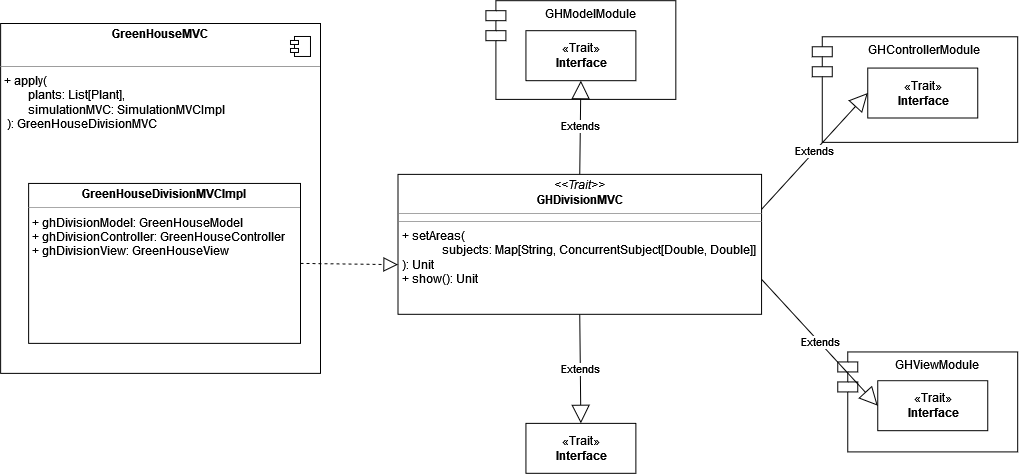
Above: docs/img/greenhouseDivisionMVC.png in AnnaVitali/PPS-22-smartgh (draw.io), before the change. Source tidied: cells renumbered, new cells last; positions are measured from the earlier drawing's top-left corner, leaving out a move shared by most shapes.
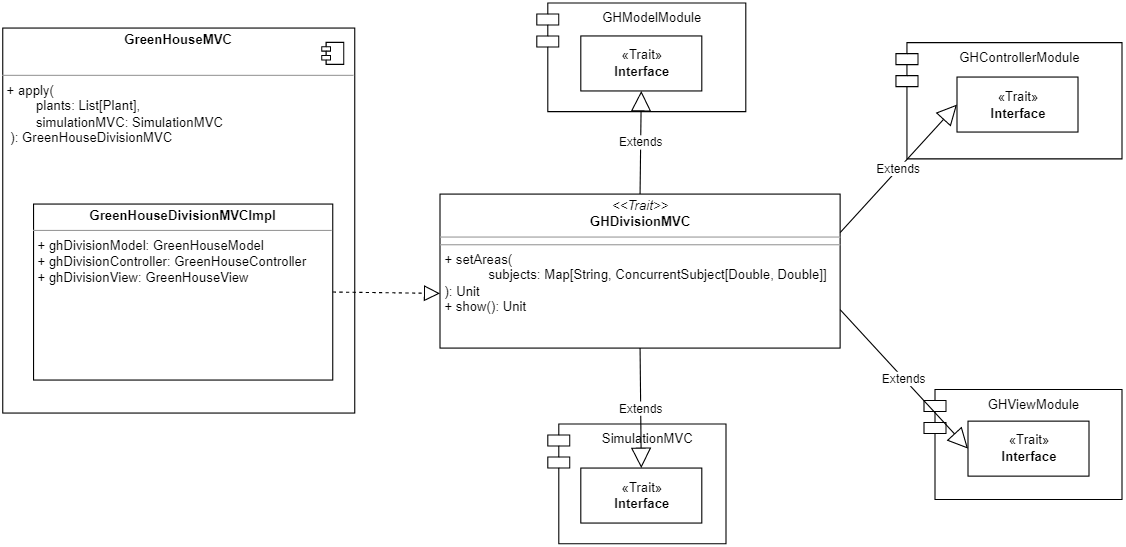
The same diagram one commit later.

What changed in the source:
```diff
@@ -2,7 +2,7 @@
   <root>
     <mxCell id="0" />
     <mxCell id="1" parent="0" />
-    <mxCell id="2" value="&lt;p style=&quot;margin:0px;margin-top:4px;text-align:center;&quot;&gt;&lt;b&gt;GreenHouseMVC&lt;/b&gt;&lt;br&gt;&lt;/p&gt;&lt;p style=&quot;margin:0px;margin-top:4px;text-align:center;&quot;&gt;&lt;b&gt;&lt;br&gt;&lt;/b&gt;&lt;/p&gt;&lt;hr size=&quot;1&quot;&gt;&lt;p style=&quot;margin:0px;margin-left:4px;&quot;&gt;+ apply(&lt;/p&gt;&lt;p style=&quot;margin:0px;margin-left:4px;&quot;&gt;&lt;span style=&quot;white-space: pre;&quot;&gt;&#9;&lt;/span&gt;plants: List[Plant],&lt;/p&gt;&lt;p style=&quot;margin:0px;margin-left:4px;&quot;&gt;&lt;span style=&quot;white-space: pre;&quot;&gt;&#9;&lt;/span&gt;simulationMVC: SimulationMVCImpl&lt;br&gt;&lt;/p&gt;&lt;p style=&quot;margin:0px;margin-left:4px;&quot;&gt;&amp;nbsp;): GreenHouseDivisionMVC&lt;br&gt;&lt;br&gt;&lt;/p&gt;" style="verticalAlign=top;align=left;overflow=fill;fontSize=12;fontFamily=Helvetica;html=1;fillColor=default;" parent="1" vertex="1">
+    <mxCell id="2" value="&lt;p style=&quot;margin:0px;margin-top:4px;text-align:center;&quot;&gt;&lt;b&gt;GreenHouseMVC&lt;/b&gt;&lt;br&gt;&lt;/p&gt;&lt;p style=&quot;margin:0px;margin-top:4px;text-align:center;&quot;&gt;&lt;b&gt;&lt;br&gt;&lt;/b&gt;&lt;/p&gt;&lt;hr size=&quot;1&quot;&gt;&lt;p style=&quot;margin:0px;margin-left:4px;&quot;&gt;+ apply(&lt;/p&gt;&lt;p style=&quot;margin:0px;margin-left:4px;&quot;&gt;&lt;span style=&quot;white-space: pre;&quot;&gt;&#9;&lt;/span&gt;plants: List[Plant],&lt;/p&gt;&lt;p style=&quot;margin:0px;margin-left:4px;&quot;&gt;&lt;span style=&quot;white-space: pre;&quot;&gt;&#9;&lt;/span&gt;simulationMVC: SimulationMVC&lt;br&gt;&lt;/p&gt;&lt;p style=&quot;margin:0px;margin-left:4px;&quot;&gt;&amp;nbsp;): GreenHouseDivisionMVC&lt;br&gt;&lt;br&gt;&lt;/p&gt;" style="verticalAlign=top;align=left;overflow=fill;fontSize=12;fontFamily=Helvetica;html=1;fillColor=default;" parent="1" vertex="1">
       <mxGeometry y="23" width="320" height="350" as="geometry" />
     </mxCell>
     <mxCell id="3" value="&lt;p style=&quot;margin:0px;margin-top:4px;text-align:center;&quot;&gt;&lt;b&gt;GreenHouseDivisionMVCImpl&lt;/b&gt;&lt;br&gt;&lt;/p&gt;&lt;hr size=&quot;1&quot;&gt;&lt;p style=&quot;margin:0px;margin-left:4px;&quot;&gt;+ ghDivisionModel: GreenHouseModel&lt;/p&gt;&lt;p style=&quot;margin:0px;margin-left:4px;&quot;&gt;+ ghDivisionController: GreenHouseController&lt;/p&gt;&lt;p style=&quot;margin:0px;margin-left:4px;&quot;&gt;+ ghDivisionView: GreenHouseView&lt;br&gt;&lt;/p&gt;" style="verticalAlign=top;align=left;overflow=fill;fontSize=12;fontFamily=Helvetica;html=1;fillColor=default;" parent="1" vertex="1">
@@ -17,38 +17,41 @@
     <mxCell id="6" value="GHControllerModule" style="shape=module;align=left;spacingLeft=20;align=center;verticalAlign=top;fillColor=none;" parent="1" vertex="1">
       <mxGeometry x="812" y="36.3" width="205.5" height="105.6" as="geometry" />
     </mxCell>
-    <mxCell id="7" value="GHViewModule" style="shape=module;align=left;spacingLeft=20;align=center;verticalAlign=top;fillColor=none;" parent="1" vertex="1">
-      <mxGeometry x="837.5" y="351.6" width="180" height="100" as="geometry" />
+    <mxCell id="7" value="SimulationMVC" style="shape=module;align=left;spacingLeft=20;align=center;verticalAlign=top;fillColor=none;" parent="1" vertex="1">
+      <mxGeometry x="495.5" y="383" width="162" height="108.8" as="geometry" />
     </mxCell>
-    <mxCell id="8" value="GHModelModule" style="shape=module;align=left;spacingLeft=20;align=center;verticalAlign=top;fillColor=none;" parent="1" vertex="1">
-      <mxGeometry x="485.5" y="0.2" width="190" height="98.8" as="geometry" />
+    <mxCell id="8" value="GHViewModule" style="shape=module;align=left;spacingLeft=20;align=center;verticalAlign=top;fillColor=none;" parent="1" vertex="1">
+      <mxGeometry x="837.5" y="351.6" width="180" height="100" as="geometry" />
     </mxCell>
-    <mxCell id="9" value="«Trait»&lt;br&gt;&lt;b&gt;Interface&lt;/b&gt;" style="html=1;fillColor=default;" parent="1" vertex="1">
-      <mxGeometry x="525.5" y="30.2" width="110" height="50" as="geometry" />
+    <mxCell id="9" value="GHModelModule" style="shape=module;align=left;spacingLeft=20;align=center;verticalAlign=top;fillColor=none;" parent="1" vertex="1">
+      <mxGeometry x="485.5" y="0.2" width="190" height="98.8" as="geometry" />
     </mxCell>
     <mxCell id="10" value="«Trait»&lt;br&gt;&lt;b&gt;Interface&lt;/b&gt;" style="html=1;fillColor=default;" parent="1" vertex="1">
-      <mxGeometry x="867.5" y="67.5" width="110" height="50" as="geometry" />
+      <mxGeometry x="525.5" y="30.2" width="110" height="50" as="geometry" />
     </mxCell>
     <mxCell id="11" value="«Trait»&lt;br&gt;&lt;b&gt;Interface&lt;/b&gt;" style="html=1;fillColor=default;" parent="1" vertex="1">
-      <mxGeometry x="877.5" y="380.3" width="110" height="50" as="geometry" />
+      <mxGeometry x="867.5" y="67.5" width="110" height="50" as="geometry" />
     </mxCell>
     <mxCell id="12" value="«Trait»&lt;br&gt;&lt;b&gt;Interface&lt;/b&gt;" style="html=1;fillColor=default;" parent="1" vertex="1">
-      <mxGeometry x="525.5" y="423" width="110" height="50" as="geometry" />
+      <mxGeometry x="877.5" y="380.3" width="110" height="50" as="geometry" />
     </mxCell>
-    <mxCell id="13" value="Extends" style="endArrow=block;endSize=16;endFill=0;html=1;rounded=0;entryX=0;entryY=0.5;entryDx=0;entryDy=0;exitX=1;exitY=0.75;exitDx=0;exitDy=0;" parent="1" edge="1" source="5" target="11">
-      <mxGeometry relative="1" as="geometry" />
+    <mxCell id="13" value="«Trait»&lt;br&gt;&lt;b&gt;Interface&lt;/b&gt;" style="html=1;fillColor=default;" parent="1" vertex="1">
+      <mxGeometry x="525.5" y="423" width="110" height="50" as="geometry" />
     </mxCell>
-    <mxCell id="14" value="Extends" style="endArrow=block;endSize=16;endFill=0;html=1;rounded=0;entryX=0.5;entryY=0;entryDx=0;entryDy=0;exitX=0.5;exitY=1;exitDx=0;exitDy=0;" parent="1" edge="1" source="5" target="12">
+    <mxCell id="14" value="Extends" style="endArrow=block;endSize=16;endFill=0;html=1;rounded=0;entryX=0;entryY=0.5;entryDx=0;entryDy=0;exitX=1;exitY=0.75;exitDx=0;exitDy=0;" parent="1" edge="1" source="5" target="12">
       <mxGeometry relative="1" as="geometry" />
     </mxCell>
-    <mxCell id="15" value="Extends" style="endArrow=block;endSize=16;endFill=0;html=1;rounded=0;exitX=1;exitY=0.25;exitDx=0;exitDy=0;entryX=0;entryY=0.5;entryDx=0;entryDy=0;" parent="1" edge="1" source="5" target="10">
+    <mxCell id="15" value="Extends" style="endArrow=block;endSize=16;endFill=0;html=1;rounded=0;entryX=0.5;entryY=0;entryDx=0;entryDy=0;exitX=0.5;exitY=1;exitDx=0;exitDy=0;" parent="1" edge="1" source="5" target="13">
       <mxGeometry relative="1" as="geometry" />
     </mxCell>
-    <mxCell id="16" value="Extends" style="endArrow=block;endSize=16;endFill=0;html=1;rounded=0;entryX=0.5;entryY=1;entryDx=0;entryDy=0;exitX=0.5;exitY=0;exitDx=0;exitDy=0;" parent="1" edge="1" source="5" target="9">
+    <mxCell id="16" value="Extends" style="endArrow=block;endSize=16;endFill=0;html=1;rounded=0;exitX=1;exitY=0.25;exitDx=0;exitDy=0;entryX=0;entryY=0.5;entryDx=0;entryDy=0;" parent="1" edge="1" source="5" target="11">
       <mxGeometry relative="1" as="geometry" />
     </mxCell>
-    <mxCell id="17" style="endArrow=block;dashed=1;endFill=0;endSize=12;html=1;rounded=0;exitX=1;exitY=0.5;exitDx=0;exitDy=0;entryX=0;entryY=0.645;entryDx=0;entryDy=0;entryPerimeter=0;" parent="1" edge="1" source="3" target="5">
+    <mxCell id="17" value="Extends" style="endArrow=block;endSize=16;endFill=0;html=1;rounded=0;entryX=0.5;entryY=1;entryDx=0;entryDy=0;exitX=0.5;exitY=0;exitDx=0;exitDy=0;" parent="1" edge="1" source="5" target="10">
       <mxGeometry relative="1" as="geometry" />
     </mxCell>
+    <mxCell id="18" style="endArrow=block;dashed=1;endFill=0;endSize=12;html=1;rounded=0;exitX=1;exitY=0.5;exitDx=0;exitDy=0;entryX=0;entryY=0.645;entryDx=0;entryDy=0;entryPerimeter=0;" parent="1" edge="1" source="3" target="5">
+      <mxGeometry relative="1" as="geometry" />
+    </mxCell>
   </root>
 </mxGraphModel>
```
